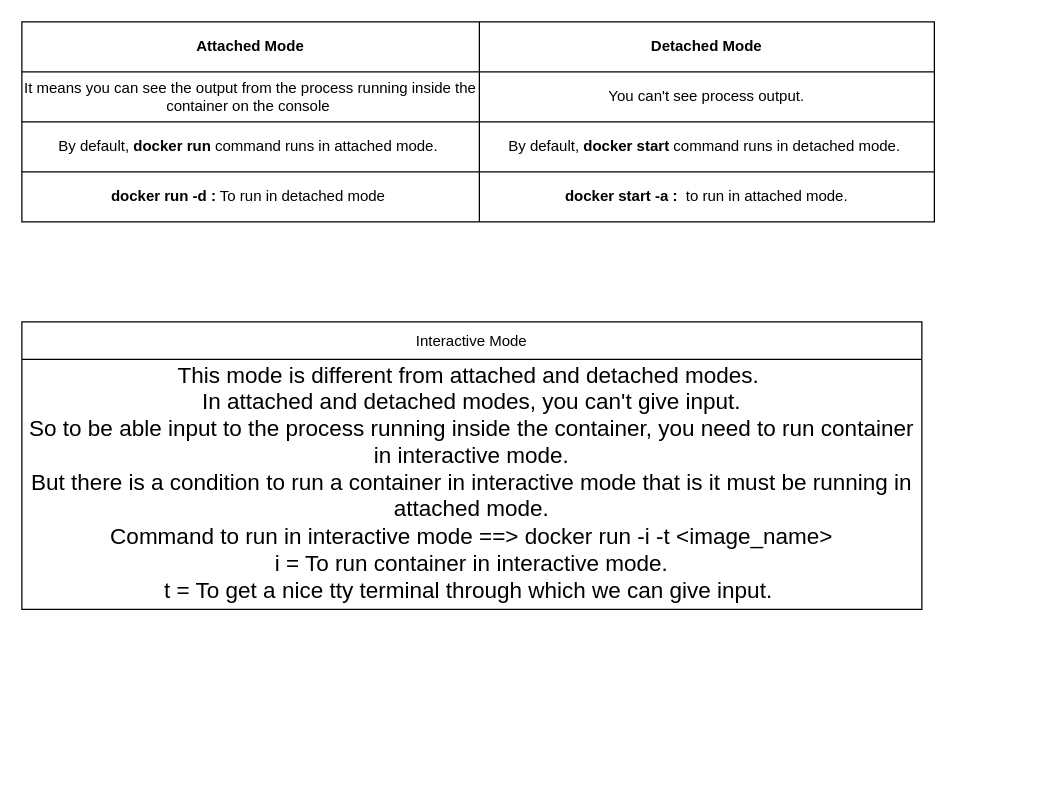
Before: Modes/Untitled Diagram.drawio in jatinbansalprogrammer/Docker, a draw.io diagram. Source tidied: cells renumbered, new cells numbered last; positions are measured from the earlier drawing's top-left corner, leaving out a move shared by most shapes. Both pictures are drawn from the tidied source at 125%, with x=0, y=0 at pixel (21, 21).
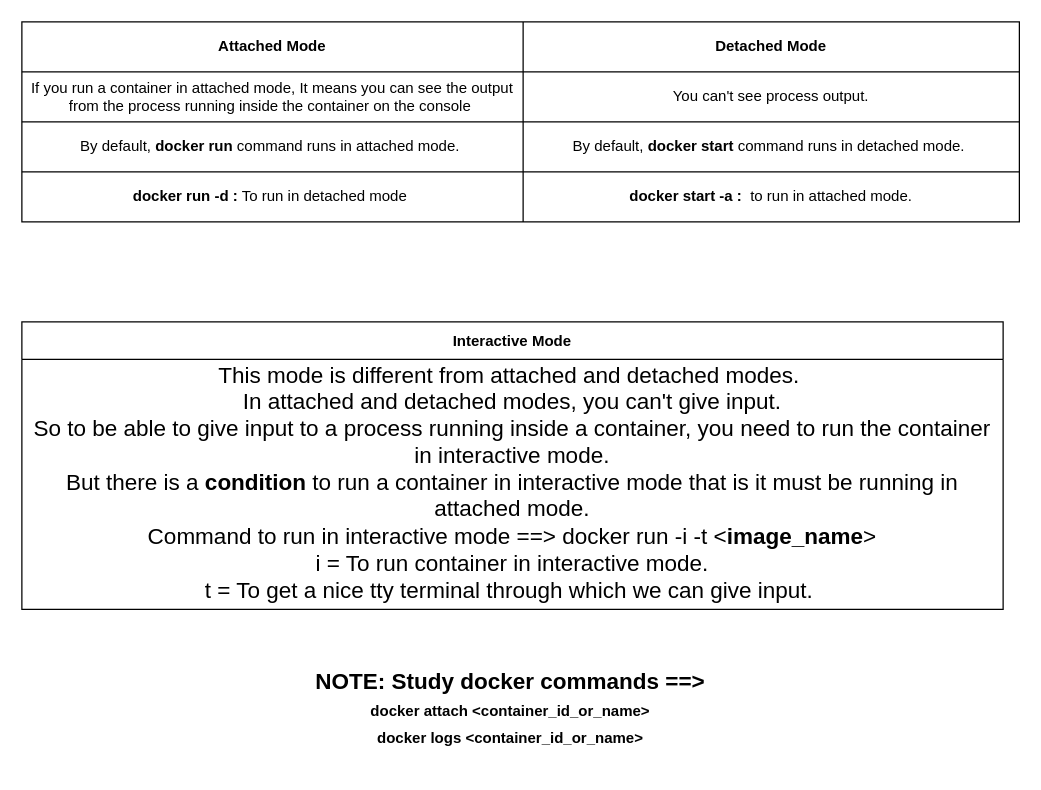
The same page after the edit.

Diff of the diagram source:
```diff
@@
 <mxGraphModel>
   <root>
     <mxCell id="0" />
     <mxCell id="1" parent="0" />
     <mxCell id="2" style="shape=table;startSize=0;childLayout=tableLayout;" parent="1" vertex="1">
-      <mxGeometry width="730" height="160" as="geometry" />
+      <mxGeometry width="798" height="160" as="geometry" />
     </mxCell>
     <mxCell id="3" style="shape=tableRow;horizontal=0;startSize=0;swimlaneHead=0;swimlaneBody=0;top=0;left=0;bottom=0;right=0;fillColor=none;" parent="2" vertex="1">
-      <mxGeometry width="730" height="40" as="geometry" />
+      <mxGeometry width="798" height="40" as="geometry" />
     </mxCell>
     <mxCell id="4" value="&lt;b&gt;Attached Mode&lt;/b&gt;" style="shape=partialRectangle;html=1;whiteSpace=wrap;overflow=hidden;fillColor=none;top=0;left=0;bottom=0;right=0;" parent="3" vertex="1">
-      <mxGeometry width="366" height="40" as="geometry" />
+      <mxGeometry width="401" height="40" as="geometry" />
     </mxCell>
     <mxCell id="5" value="&lt;b&gt;Detached Mode&lt;/b&gt;" style="shape=partialRectangle;html=1;whiteSpace=wrap;overflow=hidden;fillColor=none;top=0;left=0;bottom=0;right=0;" parent="3" vertex="1">
-      <mxGeometry x="366" width="364" height="40" as="geometry" />
+      <mxGeometry x="401" width="397" height="40" as="geometry" />
     </mxCell>
     <mxCell id="6" style="shape=tableRow;horizontal=0;startSize=0;swimlaneHead=0;swimlaneBody=0;top=0;left=0;bottom=0;right=0;fillColor=none;" parent="2" vertex="1">
-      <mxGeometry y="40" width="730" height="40" as="geometry" />
+      <mxGeometry y="40" width="798" height="40" as="geometry" />
     </mxCell>
-    <mxCell id="7" value="It means you can see the output from the process running inside the container on the console&lt;span style=&quot;white-space: pre;&quot;&gt; &lt;/span&gt;" style="shape=partialRectangle;html=1;whiteSpace=wrap;overflow=hidden;fillColor=none;top=0;left=0;bottom=0;right=0;" parent="6" vertex="1">
-      <mxGeometry width="366" height="40" as="geometry" />
+    <mxCell id="7" value="If you run a container in attached mode, It means you can see the output from the process running inside the container on the console&lt;span style=&quot;white-space: pre;&quot;&gt; &lt;/span&gt;" style="shape=partialRectangle;html=1;whiteSpace=wrap;overflow=hidden;fillColor=none;top=0;left=0;bottom=0;right=0;" parent="6" vertex="1">
+      <mxGeometry width="401" height="40" as="geometry" />
     </mxCell>
     <mxCell id="8" value="You can't see process output." style="shape=partialRectangle;html=1;whiteSpace=wrap;overflow=hidden;fillColor=none;top=0;left=0;bottom=0;right=0;" parent="6" vertex="1">
-      <mxGeometry x="366" width="364" height="40" as="geometry" />
+      <mxGeometry x="401" width="397" height="40" as="geometry" />
     </mxCell>
     <mxCell id="9" style="shape=tableRow;horizontal=0;startSize=0;swimlaneHead=0;swimlaneBody=0;top=0;left=0;bottom=0;right=0;fillColor=none;" parent="2" vertex="1">
-      <mxGeometry y="80" width="730" height="40" as="geometry" />
+      <mxGeometry y="80" width="798" height="40" as="geometry" />
     </mxCell>
     <mxCell id="10" value="By default, &lt;b&gt;docker run&lt;/b&gt;&amp;nbsp;command runs in attached mode.&amp;nbsp;" style="shape=partialRectangle;html=1;whiteSpace=wrap;overflow=hidden;fillColor=none;top=0;left=0;bottom=0;right=0;" parent="9" vertex="1">
-      <mxGeometry width="366" height="40" as="geometry" />
+      <mxGeometry width="401" height="40" as="geometry" />
     </mxCell>
     <mxCell id="11" value="By default, &lt;b&gt;docker start&lt;/b&gt;&amp;nbsp;command runs in detached mode.&lt;span style=&quot;white-space: pre;&quot;&gt; &lt;/span&gt;" style="shape=partialRectangle;html=1;whiteSpace=wrap;overflow=hidden;fillColor=none;top=0;left=0;bottom=0;right=0;" parent="9" vertex="1">
-      <mxGeometry x="366" width="364" height="40" as="geometry" />
+      <mxGeometry x="401" width="397" height="40" as="geometry" />
     </mxCell>
     <mxCell id="12" style="shape=tableRow;horizontal=0;startSize=0;swimlaneHead=0;swimlaneBody=0;top=0;left=0;bottom=0;right=0;fillColor=none;" parent="2" vertex="1">
-      <mxGeometry y="120" width="730" height="40" as="geometry" />
+      <mxGeometry y="120" width="798" height="40" as="geometry" />
     </mxCell>
     <mxCell id="13" value="&lt;b&gt;docker run -d&lt;/b&gt;&amp;nbsp;&lt;b&gt;:&lt;/b&gt; To run in detached mode&lt;span style=&quot;white-space: pre;&quot;&gt; &lt;/span&gt;" style="shape=partialRectangle;html=1;whiteSpace=wrap;overflow=hidden;fillColor=none;top=0;left=0;bottom=0;right=0;" parent="12" vertex="1">
-      <mxGeometry width="366" height="40" as="geometry" />
+      <mxGeometry width="401" height="40" as="geometry" />
     </mxCell>
     <mxCell id="14" value="&lt;b&gt;docker start -a :&amp;nbsp;&lt;/b&gt; to run in attached mode." style="shape=partialRectangle;html=1;whiteSpace=wrap;overflow=hidden;fillColor=none;top=0;left=0;bottom=0;right=0;" parent="12" vertex="1">
-      <mxGeometry x="366" width="364" height="40" as="geometry" />
+      <mxGeometry x="401" width="397" height="40" as="geometry" />
     </mxCell>
-    <mxCell id="15" value="Interactive Mode" style="shape=table;startSize=30;childLayout=tableLayout;" parent="1" vertex="1">
-      <mxGeometry y="240" width="720" height="230" as="geometry" />
+    <mxCell id="15" value="Interactive Mode" style="shape=table;startSize=30;childLayout=tableLayout;fontStyle=1;" parent="1" vertex="1">
+      <mxGeometry y="240" width="785" height="230" as="geometry" />
     </mxCell>
     <mxCell id="16" style="shape=tableRow;horizontal=0;startSize=0;swimlaneHead=0;swimlaneBody=0;top=0;left=0;bottom=0;right=0;fillColor=none;" parent="15" vertex="1">
-      <mxGeometry y="30" width="720" height="200" as="geometry" />
+      <mxGeometry y="30" width="785" height="200" as="geometry" />
     </mxCell>
-    <mxCell id="17" value="&lt;font style=&quot;&quot;&gt;&lt;font style=&quot;font-size: 18px;&quot;&gt;This mode is different from attached and detached modes.&amp;nbsp;&lt;br&gt;In attached and detached modes, you can't give input.&lt;br&gt;So to be able input to the process running inside the container, you need to run container in interactive mode.&lt;br&gt;But there is a condition to run a container in interactive mode that is it must be running in attached mode.&lt;br&gt;Command to run in interactive mode ==&amp;gt; docker run -i -t &amp;lt;image_name&amp;gt;&lt;br&gt;i = To run container in interactive mode.&lt;br&gt;t = To get a nice tty terminal through which we can give input.&amp;nbsp;&lt;br&gt;&lt;/font&gt;&lt;br&gt;&lt;/font&gt;" style="shape=partialRectangle;html=1;whiteSpace=wrap;overflow=hidden;fillColor=none;top=0;left=0;bottom=0;right=0;" parent="16" vertex="1">
-      <mxGeometry width="720" height="200" as="geometry" />
+    <mxCell id="17" value="&lt;font style=&quot;&quot;&gt;&lt;font style=&quot;font-size: 18px;&quot;&gt;This mode is different from attached and detached modes.&amp;nbsp;&lt;br&gt;In attached and detached modes, you can't give input.&lt;br&gt;So to be able to give input to a process running inside a container, you need to run the container in interactive mode.&lt;br&gt;But there is a &lt;b&gt;condition &lt;/b&gt;to run a container in interactive mode that is it must be running in attached mode.&lt;br&gt;Command to run in interactive mode ==&amp;gt; docker run -i -t &amp;lt;&lt;b&gt;image_name&lt;/b&gt;&amp;gt;&lt;br&gt;i = To run container in interactive mode.&lt;br&gt;t = To get a nice tty terminal through which we can give input.&amp;nbsp;&lt;br&gt;&lt;/font&gt;&lt;br&gt;&lt;/font&gt;" style="shape=partialRectangle;html=1;whiteSpace=wrap;overflow=hidden;fillColor=none;top=0;left=0;bottom=0;right=0;" parent="16" vertex="1">
+      <mxGeometry width="785" height="200" as="geometry" />
     </mxCell>
+    <mxCell id="18" value="&lt;b&gt;NOTE: Study docker commands ==&amp;gt; &lt;br&gt;&lt;font style=&quot;font-size: 12px;&quot;&gt;docker attach &amp;lt;container_id_or_name&amp;gt;&lt;br&gt;docker logs&amp;nbsp;&lt;/font&gt;&lt;/b&gt;&lt;b&gt;&lt;font style=&quot;font-size: 12px;&quot;&gt;&amp;lt;container_id_or_name&amp;gt;&lt;/font&gt;&lt;/b&gt;&lt;b&gt;&lt;br&gt;&lt;/b&gt;" style="text;html=1;strokeColor=none;fillColor=none;align=center;verticalAlign=middle;whiteSpace=wrap;rounded=0;fontSize=18;" parent="1" vertex="1">
+      <mxGeometry y="502" width="782" height="95" as="geometry" />
+    </mxCell>
   </root>
 </mxGraphModel>
```
